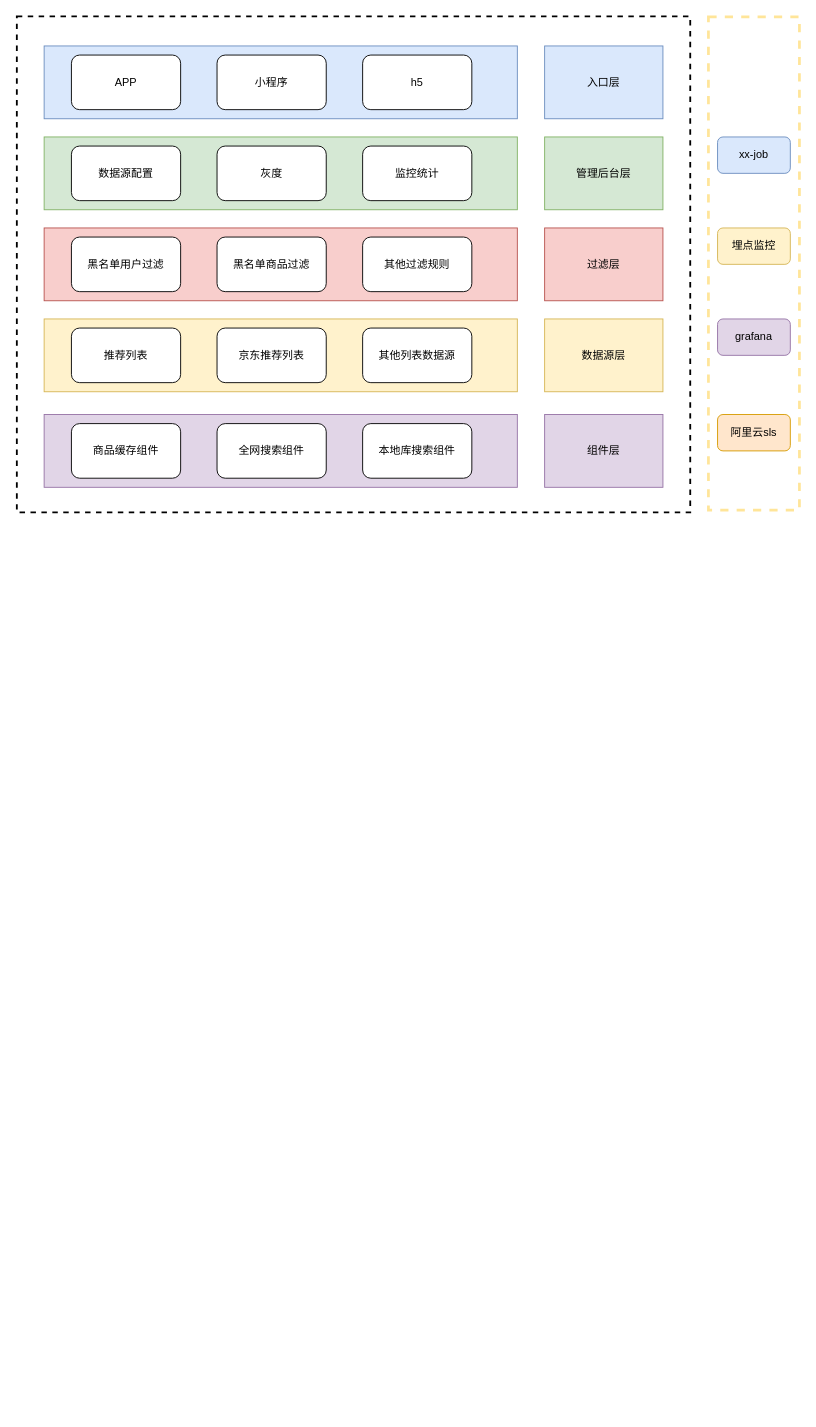
smallleaf/draw.io keeps this draw.io diagram as miyuan/商品列表.drawio. Above is the earlier version. Source tidied: cells renumbered, new cells numbered last; positions are measured from the earlier drawing's top-left corner, leaving out a move shared by most shapes. Both pictures are drawn from the tidied source at 91%, with x=0, y=0 at pixel (16, 16).
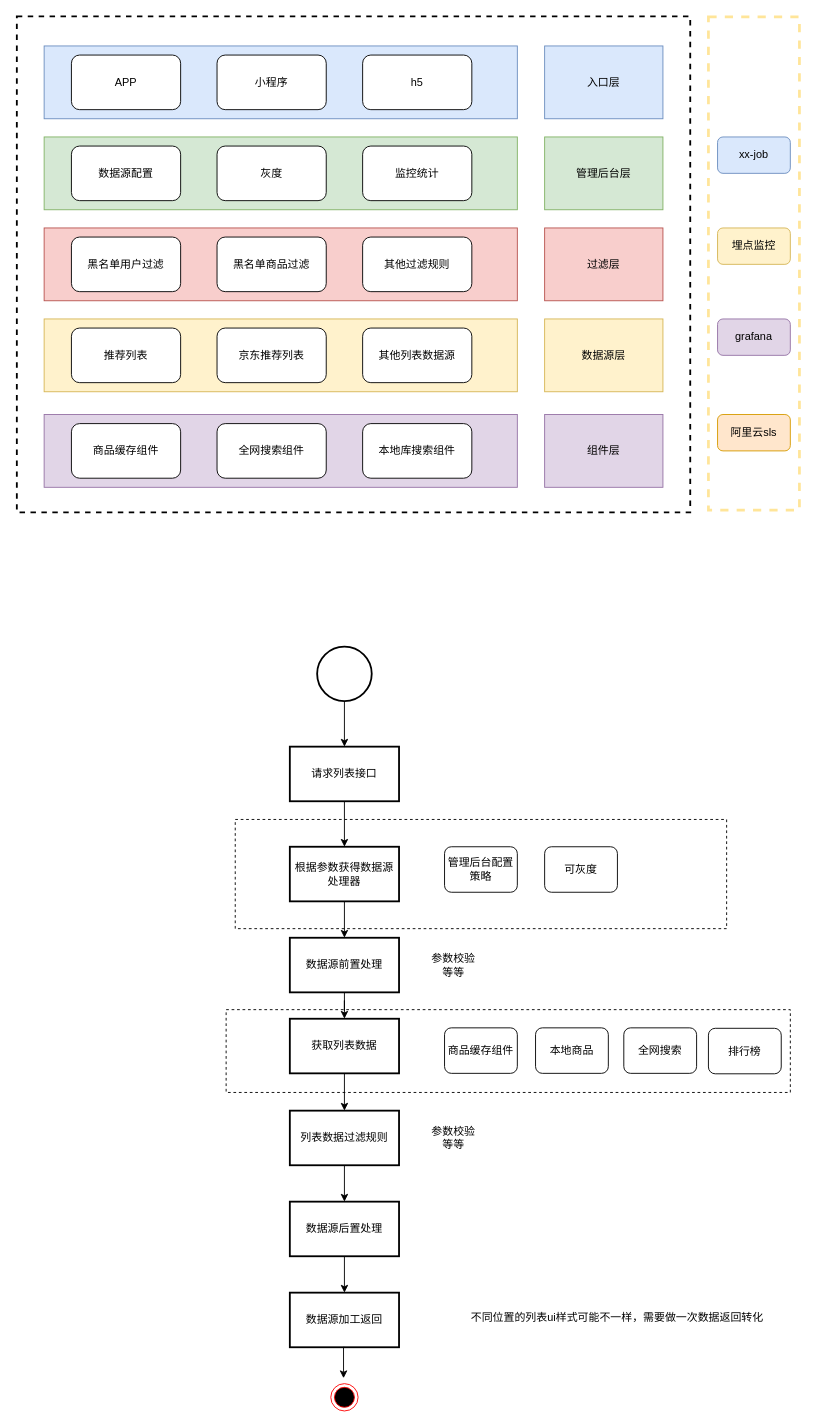
The same diagram, later.

Commit message (it also covers changes not shown here):
更新商品列表.drawio

Diff of the diagram source:
```diff
@@
+    <mxCell id="33" style="rounded=0;whiteSpace=wrap;html=1;dashed=1;" parent="1" vertex="1">
+      <mxGeometry x="230" y="1091" width="620" height="91" as="geometry" />
+    </mxCell>
+    <mxCell id="34" style="rounded=0;whiteSpace=wrap;html=1;dashed=1;" parent="1" vertex="1">
+      <mxGeometry x="240" y="882" width="540" height="120" as="geometry" />
+    </mxCell>
@@
+    <mxCell id="35" style="edgeStyle=orthogonalEdgeStyle;rounded=0;jettySize=auto;html=1;" parent="1" edge="1" source="36" target="38">
+      <mxGeometry relative="1" as="geometry" />
+    </mxCell>
+    <mxCell id="36" style="strokeWidth=2;html=1;shape=mxgraph.flowchart.start_2;whiteSpace=wrap;" parent="1" vertex="1">
+      <mxGeometry x="330" y="692" width="60" height="60" as="geometry" />
+    </mxCell>
+    <mxCell id="37" style="edgeStyle=orthogonalEdgeStyle;rounded=0;jettySize=auto;html=1;" parent="1" edge="1" source="38" target="40">
+      <mxGeometry relative="1" as="geometry" />
+    </mxCell>
+    <mxCell id="38" value="请求列表接口" style="whiteSpace=wrap;html=1;strokeWidth=2;" parent="1" vertex="1">
+      <mxGeometry x="300" y="802" width="120" height="60" as="geometry" />
+    </mxCell>
+    <mxCell id="39" style="edgeStyle=orthogonalEdgeStyle;rounded=0;jettySize=auto;html=1;" parent="1" edge="1" source="40" target="42">
+      <mxGeometry relative="1" as="geometry" />
+    </mxCell>
+    <mxCell id="40" value="根据参数获得数据源处理器" style="whiteSpace=wrap;html=1;strokeWidth=2;" parent="1" vertex="1">
+      <mxGeometry x="300" y="912" width="120" height="60" as="geometry" />
+    </mxCell>
+    <mxCell id="41" style="edgeStyle=orthogonalEdgeStyle;rounded=0;jettySize=auto;html=1;" parent="1" edge="1" source="42" target="44">
+      <mxGeometry relative="1" as="geometry" />
+    </mxCell>
+    <mxCell id="42" value="数据源前置处理" style="whiteSpace=wrap;html=1;strokeWidth=2;" parent="1" vertex="1">
+      <mxGeometry x="300" y="1012" width="120" height="60" as="geometry" />
+    </mxCell>
+    <mxCell id="43" style="edgeStyle=orthogonalEdgeStyle;rounded=0;jettySize=auto;html=1;" parent="1" edge="1" source="44" target="46">
+      <mxGeometry relative="1" as="geometry" />
+    </mxCell>
+    <mxCell id="44" value="获取列表数据" style="whiteSpace=wrap;html=1;strokeWidth=2;" parent="1" vertex="1">
+      <mxGeometry x="300" y="1101" width="120" height="60" as="geometry" />
+    </mxCell>
+    <mxCell id="45" style="edgeStyle=orthogonalEdgeStyle;rounded=0;jettySize=auto;html=1;" parent="1" edge="1" source="46" target="48">
+      <mxGeometry relative="1" as="geometry" />
+    </mxCell>
+    <mxCell id="46" value="列表数据过滤规则" style="whiteSpace=wrap;html=1;strokeWidth=2;" parent="1" vertex="1">
+      <mxGeometry x="300" y="1202" width="120" height="60" as="geometry" />
+    </mxCell>
+    <mxCell id="47" style="edgeStyle=orthogonalEdgeStyle;rounded=0;jettySize=auto;html=1;" parent="1" edge="1" source="48" target="49">
+      <mxGeometry relative="1" as="geometry" />
+    </mxCell>
+    <mxCell id="48" value="数据源后置处理" style="whiteSpace=wrap;html=1;strokeWidth=2;" parent="1" vertex="1">
+      <mxGeometry x="300" y="1302" width="120" height="60" as="geometry" />
+    </mxCell>
+    <mxCell id="49" value="数据源加工返回" style="whiteSpace=wrap;html=1;strokeWidth=2;" parent="1" vertex="1">
+      <mxGeometry x="300" y="1402" width="120" height="60" as="geometry" />
+    </mxCell>
+    <mxCell id="50" style="ellipse;html=1;shape=endState;fillColor=#000000;strokeColor=#ff0000;" parent="1" vertex="1">
+      <mxGeometry x="345" y="1502" width="30" height="30" as="geometry" />
+    </mxCell>
+    <mxCell id="51" style="edgeStyle=orthogonalEdgeStyle;rounded=0;jettySize=auto;html=1;exitX=0.5;exitY=1;exitDx=0;exitDy=0;entryX=0.467;entryY=-0.2;entryDx=0;entryDy=0;entryPerimeter=0;" parent="1" edge="1" source="49" target="50">
+      <mxGeometry relative="1" as="geometry" />
+    </mxCell>
+    <mxCell id="52" value="管理后台配置策略" style="rounded=1;whiteSpace=wrap;html=1;" parent="1" vertex="1">
+      <mxGeometry x="470" y="912" width="80" height="50" as="geometry" />
+    </mxCell>
+    <mxCell id="53" value="可灰度" style="rounded=1;whiteSpace=wrap;html=1;" parent="1" vertex="1">
+      <mxGeometry x="580" y="912" width="80" height="50" as="geometry" />
+    </mxCell>
+    <mxCell id="54" value="商品缓存组件" style="rounded=1;whiteSpace=wrap;html=1;" parent="1" vertex="1">
+      <mxGeometry x="470" y="1111" width="80" height="50" as="geometry" />
+    </mxCell>
+    <mxCell id="55" value="本地商品" style="rounded=1;whiteSpace=wrap;html=1;" parent="1" vertex="1">
+      <mxGeometry x="570" y="1111" width="80" height="50" as="geometry" />
+    </mxCell>
+    <mxCell id="56" value="全网搜索" style="rounded=1;whiteSpace=wrap;html=1;" parent="1" vertex="1">
+      <mxGeometry x="667" y="1111" width="80" height="50" as="geometry" />
+    </mxCell>
+    <mxCell id="57" value="排行榜" style="rounded=1;whiteSpace=wrap;html=1;" parent="1" vertex="1">
+      <mxGeometry x="760" y="1111.5" width="80" height="50" as="geometry" />
+    </mxCell>
+    <mxCell id="58" value="不同位置的列表ui样式可能不一样，需要做一次数据返回转化" style="text;html=1;align=center;verticalAlign=middle;whiteSpace=wrap;rounded=0;" parent="1" vertex="1">
+      <mxGeometry x="470" y="1417" width="380" height="25" as="geometry" />
+    </mxCell>
+    <mxCell id="59" value="参数校验等等" style="text;html=1;align=center;verticalAlign=middle;whiteSpace=wrap;rounded=0;" parent="1" vertex="1">
+      <mxGeometry x="450" y="1027" width="60" height="30" as="geometry" />
+    </mxCell>
+    <mxCell id="60" value="参数校验等等" style="text;html=1;align=center;verticalAlign=middle;whiteSpace=wrap;rounded=0;" parent="1" vertex="1">
+      <mxGeometry x="450" y="1217" width="60" height="30" as="geometry" />
+    </mxCell>
```
